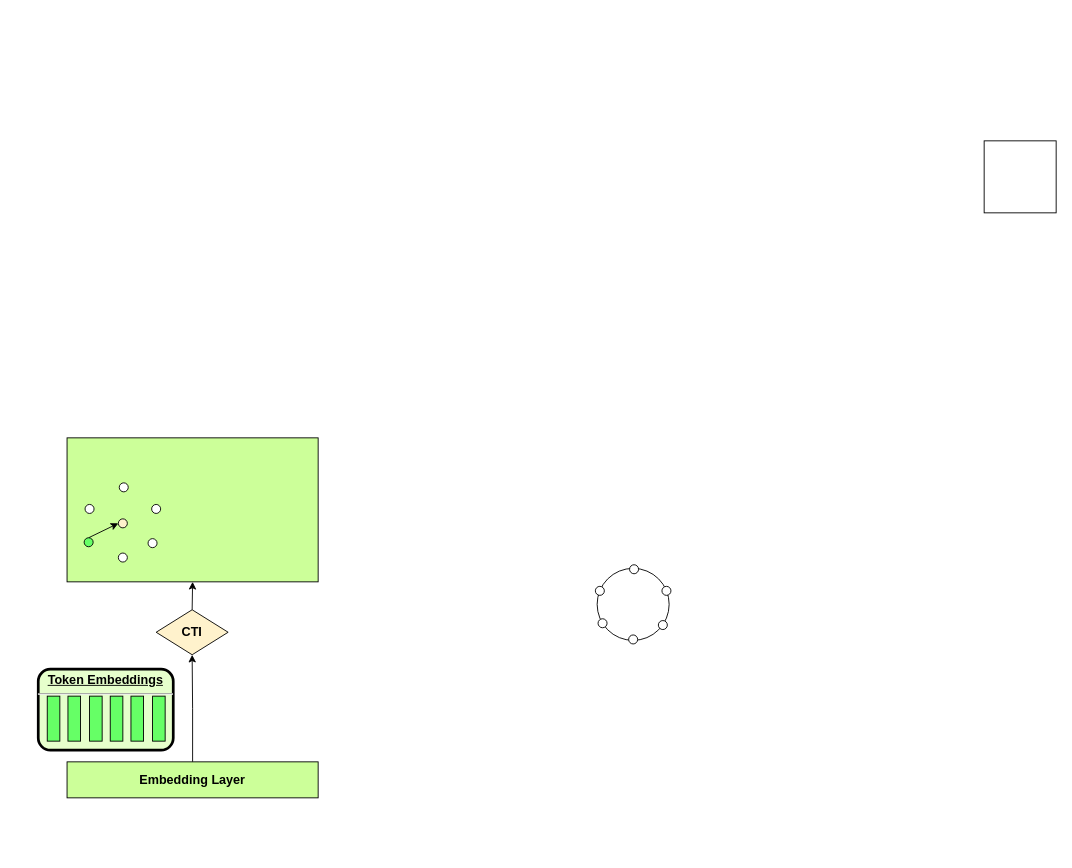
The draw.io diagram diagrams/Federated_SAP_Diagram.drawio in dtera/cnt, before the edit. Source tidied: cells renumbered, new cells numbered last; positions are measured from the earlier drawing's top-left corner, leaving out a move shared by most shapes. Both pictures are drawn from the tidied source at 90%, with x=0, y=0 at pixel (38, 140).
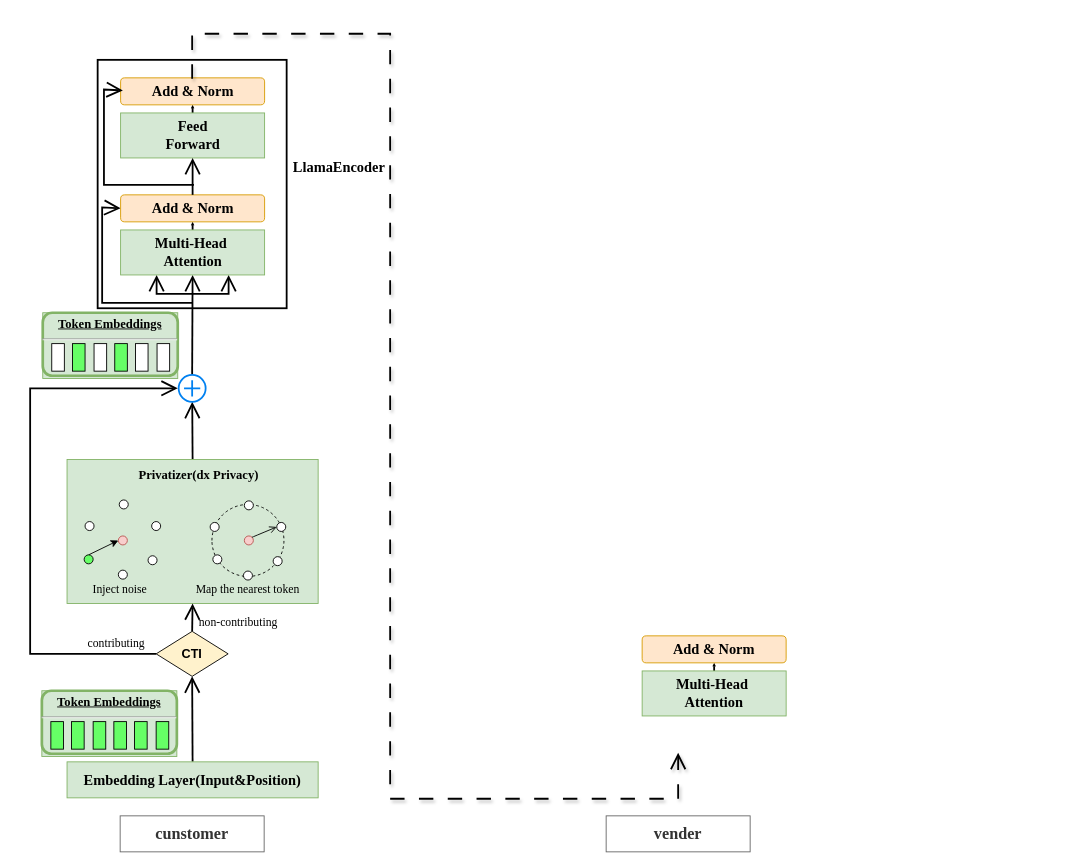
The same page after the edit.

What changed in the source:
```diff
@@
+    <mxCell id="33" style="rounded=0;whiteSpace=wrap;html=1;fontFamily=Architects Daughter;fillColor=none;strokeWidth=2;" parent="1" vertex="1">
+      <mxGeometry x="66" y="-90" width="210" height="276" as="geometry" />
+    </mxCell>
-    <mxCell id="2" style="edgeStyle=orthogonalEdgeStyle;rounded=0;jettySize=auto;html=1;entryX=0.5;entryY=1;entryDx=0;entryDy=0;" parent="1" edge="1" source="3" target="14">
+    <mxCell id="2" style="edgeStyle=none;curved=1;rounded=0;jettySize=auto;html=1;exitX=0.5;exitY=0;exitDx=0;exitDy=0;fontFamily=Architects Daughter;fontSize=16;startSize=14;endArrow=open;endSize=14;sourcePerimeterSpacing=8;targetPerimeterSpacing=8;entryX=0.5;entryY=1;entryDx=0;entryDy=0;strokeWidth=2;" parent="1" edge="1" source="3" target="14">
       <mxGeometry relative="1" as="geometry" />
     </mxCell>
-    <mxCell id="3" value="&lt;b&gt;&lt;font style=&quot;font-size: 14px;&quot;&gt;Embedding Layer&lt;/font&gt;&lt;/b&gt;" style="rounded=0;whiteSpace=wrap;html=1;fillColor=#CCFF99;" parent="1" vertex="1">
+    <mxCell id="3" value="&lt;span style=&quot;font-size: 16px;&quot;&gt;&lt;font style=&quot;font-size: 16px;&quot;&gt;Embedding Layer(Input&amp;amp;Position)&lt;/font&gt;&lt;/span&gt;" style="rounded=0;whiteSpace=wrap;html=1;fillColor=#d5e8d4;strokeColor=#82b366;fontSize=16;fontFamily=Times New Roman;fontStyle=1;" parent="1" vertex="1">
       <mxGeometry x="32" y="690" width="279" height="40" as="geometry" />
     </mxCell>
-    <mxCell id="4" style="group;" parent="1" vertex="1">
-      <mxGeometry y="587" width="150" height="90" as="geometry" />
+    <mxCell id="4" style="group;fillColor=#d5e8d4;strokeColor=#82b366;fontFamily=Times New Roman;fontSize=15;" parent="1" vertex="1">
+      <mxGeometry x="4" y="611" width="150" height="73" as="geometry" />
     </mxCell>
-    <mxCell id="5" value="&lt;p style=&quot;margin: 0px; margin-top: 4px; text-align: center; text-decoration: underline;&quot;&gt;&lt;strong&gt;&lt;font style=&quot;font-size: 14px;&quot;&gt;Token Embeddings&lt;/font&gt;&lt;/strong&gt;&lt;/p&gt;&lt;hr&gt;&lt;p style=&quot;margin: 0px; margin-left: 8px;&quot;&gt;&lt;br&gt;&lt;/p&gt;" style="verticalAlign=middle;align=center;overflow=fill;fontSize=12;fontFamily=Helvetica;html=1;rounded=1;fontStyle=1;strokeWidth=3;fillColor=#E6FFCC;" parent="4" vertex="1">
-      <mxGeometry width="150" height="90" as="geometry" />
+    <mxCell id="5" value="&lt;p style=&quot;margin: 4px 0px 0px; text-align: center; text-decoration: underline; font-size: 14px;&quot;&gt;&lt;strong style=&quot;&quot;&gt;&lt;font face=&quot;Times New Roman&quot; style=&quot;font-size: 14px;&quot;&gt;Token Embeddings&lt;/font&gt;&lt;/strong&gt;&lt;/p&gt;&lt;hr style=&quot;font-size: 14px;&quot;&gt;&lt;p style=&quot;margin: 0px 0px 0px 8px; font-size: 14px;&quot;&gt;&lt;br&gt;&lt;/p&gt;" style="verticalAlign=middle;align=center;overflow=fill;fontSize=12;fontFamily=Helvetica;html=1;rounded=1;fontStyle=1;strokeWidth=3;fillColor=#d5e8d4;strokeColor=#82b366;" parent="4" vertex="1">
+      <mxGeometry width="150" height="70" as="geometry" />
     </mxCell>
     <mxCell id="6" style="group;" parent="4" vertex="1">
-      <mxGeometry x="10" y="30" width="131" height="50" as="geometry" />
+      <mxGeometry x="10" y="24.3" width="131" height="40.6" as="geometry" />
     </mxCell>
     <mxCell id="7" style="rounded=0;whiteSpace=wrap;html=1;fillColor=#66FF66;" parent="6" vertex="1">
-      <mxGeometry width="14" height="50" as="geometry" />
+      <mxGeometry y="10" width="14" height="30.6" as="geometry" />
     </mxCell>
     <mxCell id="8" style="rounded=0;whiteSpace=wrap;html=1;fillColor=#66FF66;" parent="6" vertex="1">
-      <mxGeometry x="23" width="14" height="50" as="geometry" />
+      <mxGeometry x="23" y="10" width="14" height="30.6" as="geometry" />
     </mxCell>
     <mxCell id="9" style="rounded=0;whiteSpace=wrap;html=1;fillColor=#66FF66;" parent="6" vertex="1">
-      <mxGeometry x="47" width="14" height="50" as="geometry" />
+      <mxGeometry x="47" y="10" width="14" height="30.6" as="geometry" />
     </mxCell>
     <mxCell id="10" style="rounded=0;whiteSpace=wrap;html=1;fillColor=#66FF66;" parent="6" vertex="1">
-      <mxGeometry x="70" width="14" height="50" as="geometry" />
+      <mxGeometry x="70" y="10" width="14" height="30.6" as="geometry" />
     </mxCell>
     <mxCell id="11" style="rounded=0;whiteSpace=wrap;html=1;fillColor=#66FF66;" parent="6" vertex="1">
-      <mxGeometry x="93" width="14" height="50" as="geometry" />
+      <mxGeometry x="93" y="10" width="14" height="30.6" as="geometry" />
     </mxCell>
     <mxCell id="12" style="rounded=0;whiteSpace=wrap;html=1;fillColor=#66FF66;" parent="6" vertex="1">
-      <mxGeometry x="117" width="14" height="50" as="geometry" />
+      <mxGeometry x="117" y="10" width="14" height="30.6" as="geometry" />
     </mxCell>
-    <mxCell id="13" style="edgeStyle=orthogonalEdgeStyle;rounded=0;jettySize=auto;html=1;exitX=0.5;exitY=0;exitDx=0;exitDy=0;entryX=0.5;entryY=1;entryDx=0;entryDy=0;" parent="1" edge="1" source="14" target="16">
-      <mxGeometry relative="1" as="geometry" />
-    </mxCell>
     <mxCell id="14" value="&lt;b&gt;&lt;font style=&quot;font-size: 14px;&quot;&gt;CTI&lt;/font&gt;&lt;/b&gt;" style="rhombus;whiteSpace=wrap;html=1;fillColor=#FFF2CC;" parent="1" vertex="1">
-      <mxGeometry x="131" y="521" width="80" height="50" as="geometry" />
+      <mxGeometry x="131" y="545" width="80" height="50" as="geometry" />
     </mxCell>
-    <mxCell id="15" style="whiteSpace=wrap;html=1;" parent="1" vertex="1">
-      <mxGeometry x="1051" width="80" height="80" as="geometry" />
-    </mxCell>
+    <mxCell id="34" style="edgeStyle=none;curved=1;rounded=0;jettySize=auto;html=1;exitX=0.5;exitY=0;exitDx=0;exitDy=0;fontFamily=Architects Daughter;fontSize=16;startSize=14;endArrow=open;endSize=14;sourcePerimeterSpacing=0;targetPerimeterSpacing=0;strokeWidth=2;" parent="1" edge="1" source="16" target="36">
+      <mxGeometry relative="1" as="geometry" />
+    </mxCell>
+    <mxCell id="35" style="edgeStyle=none;curved=1;rounded=0;jettySize=auto;html=1;fontFamily=Architects Daughter;fontSize=16;startSize=14;endArrow=open;endSize=14;sourcePerimeterSpacing=8;targetPerimeterSpacing=8;entryX=0.5;entryY=1;entryDx=0;entryDy=0;exitX=0.5;exitY=0;exitDx=0;exitDy=0;exitPerimeter=0;strokeWidth=2;" parent="1" edge="1" source="36" target="58">
+      <mxGeometry relative="1" as="geometry" />
+    </mxCell>
+    <mxCell id="36" style="html=1;verticalLabelPosition=bottom;align=center;labelBackgroundColor=#ffffff;verticalAlign=top;strokeWidth=2;strokeColor=#0080F0;shadow=0;dashed=0;shape=mxgraph.ios7.icons.add;fontFamily=Architects Daughter;" parent="1" vertex="1">
+      <mxGeometry x="156" y="260" width="30" height="30" as="geometry" />
+    </mxCell>
+    <mxCell id="37" style="group;" parent="1" vertex="1">
+      <mxGeometry x="32" y="354" width="279" height="163" as="geometry" />
+    </mxCell>
-    <mxCell id="16" style="rounded=0;whiteSpace=wrap;html=1;fillColor=#CCFF99;" parent="1" vertex="1">
-      <mxGeometry x="32" y="330" width="279" height="160" as="geometry" />
+    <mxCell id="16" style="rounded=0;whiteSpace=wrap;html=1;fillColor=#d5e8d4;strokeColor=#82b366;" parent="37" vertex="1">
+      <mxGeometry width="279" height="160" as="geometry" />
     </mxCell>
-    <mxCell id="17" style="ellipse;whiteSpace=wrap;html=1;" parent="1" vertex="1">
-      <mxGeometry x="621" y="475" width="80" height="80" as="geometry" />
-    </mxCell>
-    <mxCell id="18" style="ellipse;whiteSpace=wrap;html=1;" parent="1" vertex="1">
-      <mxGeometry x="657" y="471" width="10" height="10" as="geometry" />
-    </mxCell>
-    <mxCell id="19" style="ellipse;whiteSpace=wrap;html=1;" parent="1" vertex="1">
-      <mxGeometry x="656" y="549" width="10" height="10" as="geometry" />
-    </mxCell>
-    <mxCell id="20" style="ellipse;whiteSpace=wrap;html=1;" parent="1" vertex="1">
-      <mxGeometry x="619" y="495" width="10" height="10" as="geometry" />
-    </mxCell>
-    <mxCell id="21" style="ellipse;whiteSpace=wrap;html=1;" parent="1" vertex="1">
-      <mxGeometry x="622" y="531" width="10" height="10" as="geometry" />
-    </mxCell>
-    <mxCell id="22" style="ellipse;whiteSpace=wrap;html=1;" parent="1" vertex="1">
-      <mxGeometry x="689" y="533" width="10" height="10" as="geometry" />
-    </mxCell>
-    <mxCell id="23" style="ellipse;whiteSpace=wrap;html=1;" parent="1" vertex="1">
-      <mxGeometry x="693" y="495" width="10" height="10" as="geometry" />
-    </mxCell>
-    <mxCell id="24" style="group;" parent="1" vertex="1">
-      <mxGeometry x="51" y="380" width="85" height="88" as="geometry" />
+    <mxCell id="24" style="group;" parent="37" vertex="1">
+      <mxGeometry x="19" y="45" width="85" height="118" as="geometry" />
     </mxCell>
@@
-    <mxCell id="32" style="ellipse;whiteSpace=wrap;html=1;fillColor=#FFF2CC;" parent="24" vertex="1">
+    <mxCell id="32" style="ellipse;whiteSpace=wrap;html=1;fillColor=#f8cecc;strokeColor=#b85450;" parent="24" vertex="1">
       <mxGeometry x="38" y="40" width="10" height="10" as="geometry" />
     </mxCell>
+    <mxCell id="38" value="Inject noise" style="text;strokeColor=none;fillColor=none;html=1;align=center;verticalAlign=middle;whiteSpace=wrap;rounded=0;fontSize=13;fontFamily=Times New Roman;" parent="24" vertex="1">
+      <mxGeometry x="-5" y="88" width="90" height="22" as="geometry" />
+    </mxCell>
+    <mxCell id="39" style="group;" parent="37" vertex="1">
+      <mxGeometry x="159" y="46" width="84" height="88" as="geometry" />
+    </mxCell>
+    <mxCell id="17" style="ellipse;whiteSpace=wrap;html=1;dashed=1;flipH=1;flipV=1;fillStyle=auto;fillColor=none;" parent="39" vertex="1">
+      <mxGeometry x="2" y="4" width="80" height="80" as="geometry" />
+    </mxCell>
+    <mxCell id="18" style="ellipse;whiteSpace=wrap;html=1;" parent="39" vertex="1">
+      <mxGeometry x="38" width="10" height="10" as="geometry" />
+    </mxCell>
+    <mxCell id="19" style="ellipse;whiteSpace=wrap;html=1;" parent="39" vertex="1">
+      <mxGeometry x="37" y="78" width="10" height="10" as="geometry" />
+    </mxCell>
+    <mxCell id="20" style="ellipse;whiteSpace=wrap;html=1;" parent="39" vertex="1">
+      <mxGeometry y="24" width="10" height="10" as="geometry" />
+    </mxCell>
+    <mxCell id="21" style="ellipse;whiteSpace=wrap;html=1;" parent="39" vertex="1">
+      <mxGeometry x="3" y="60" width="10" height="10" as="geometry" />
+    </mxCell>
+    <mxCell id="22" style="ellipse;whiteSpace=wrap;html=1;" parent="39" vertex="1">
+      <mxGeometry x="70" y="62" width="10" height="10" as="geometry" />
+    </mxCell>
+    <mxCell id="23" style="ellipse;whiteSpace=wrap;html=1;" parent="39" vertex="1">
+      <mxGeometry x="74" y="24" width="10" height="10" as="geometry" />
+    </mxCell>
+    <mxCell id="40" style="ellipse;whiteSpace=wrap;html=1;fillColor=#f8cecc;strokeColor=#b85450;" parent="39" vertex="1">
+      <mxGeometry x="38" y="39" width="10" height="10" as="geometry" />
+    </mxCell>
+    <mxCell id="41" style="edgeStyle=none;curved=1;rounded=0;jettySize=auto;html=1;exitX=1;exitY=0;exitDx=0;exitDy=0;fontFamily=Architects Daughter;fontSize=16;endArrow=open;sourcePerimeterSpacing=8;targetPerimeterSpacing=8;entryX=0;entryY=0.5;entryDx=0;entryDy=0;" parent="39" edge="1" source="40" target="23">
+      <mxGeometry relative="1" as="geometry" />
+    </mxCell>
+    <mxCell id="42" value="Map the nearest token" style="text;strokeColor=none;fillColor=none;html=1;align=center;verticalAlign=middle;whiteSpace=wrap;rounded=0;fontSize=13;fontFamily=Times New Roman;" parent="37" vertex="1">
+      <mxGeometry x="136" y="134" width="130" height="20" as="geometry" />
+    </mxCell>
+    <mxCell id="43" value="&lt;font style=&quot;font-size: 14px;&quot;&gt;Privatizer(dx Privacy)&lt;/font&gt;" style="text;strokeColor=none;fillColor=none;html=1;align=center;verticalAlign=middle;whiteSpace=wrap;rounded=0;fontSize=14;fontFamily=Times New Roman;fontStyle=1;" parent="37" vertex="1">
+      <mxGeometry x="72.5" y="8" width="146.5" height="20" as="geometry" />
+    </mxCell>
+    <mxCell id="44" style="group;fillColor=#d5e8d4;strokeColor=#82b366;fontFamily=Times New Roman;fontSize=15;" parent="1" vertex="1">
+      <mxGeometry x="5" y="191" width="150" height="73" as="geometry" />
+    </mxCell>
+    <mxCell id="45" value="&lt;p style=&quot;margin: 4px 0px 0px; text-align: center; text-decoration: underline; font-size: 14px;&quot;&gt;&lt;strong style=&quot;&quot;&gt;&lt;font face=&quot;Times New Roman&quot; style=&quot;font-size: 14px;&quot;&gt;Token Embeddings&lt;/font&gt;&lt;/strong&gt;&lt;/p&gt;&lt;hr style=&quot;font-size: 14px;&quot;&gt;&lt;p style=&quot;margin: 0px 0px 0px 8px; font-size: 14px;&quot;&gt;&lt;br&gt;&lt;/p&gt;" style="verticalAlign=middle;align=center;overflow=fill;fontSize=12;fontFamily=Helvetica;html=1;rounded=1;fontStyle=1;strokeWidth=3;fillColor=#d5e8d4;strokeColor=#82b366;" parent="44" vertex="1">
+      <mxGeometry width="150" height="70" as="geometry" />
+    </mxCell>
+    <mxCell id="46" style="group;" parent="44" vertex="1">
+      <mxGeometry x="10" y="24.3" width="131" height="40.6" as="geometry" />
+    </mxCell>
+    <mxCell id="47" style="rounded=0;whiteSpace=wrap;html=1;" parent="46" vertex="1">
+      <mxGeometry y="10" width="14" height="30.6" as="geometry" />
+    </mxCell>
+    <mxCell id="48" style="rounded=0;whiteSpace=wrap;html=1;fillColor=#66FF66;" parent="46" vertex="1">
+      <mxGeometry x="23" y="10" width="14" height="30.6" as="geometry" />
+    </mxCell>
+    <mxCell id="49" style="rounded=0;whiteSpace=wrap;html=1;" parent="46" vertex="1">
+      <mxGeometry x="47" y="10" width="14" height="30.6" as="geometry" />
+    </mxCell>
+    <mxCell id="50" style="rounded=0;whiteSpace=wrap;html=1;fillColor=#66FF66;" parent="46" vertex="1">
+      <mxGeometry x="70" y="10" width="14" height="30.6" as="geometry" />
+    </mxCell>
+    <mxCell id="51" style="rounded=0;whiteSpace=wrap;html=1;" parent="46" vertex="1">
+      <mxGeometry x="93" y="10" width="14" height="30.6" as="geometry" />
+    </mxCell>
+    <mxCell id="52" style="rounded=0;whiteSpace=wrap;html=1;" parent="46" vertex="1">
+      <mxGeometry x="117" y="10" width="14" height="30.6" as="geometry" />
+    </mxCell>
+    <mxCell id="53" style="edgeStyle=orthogonalEdgeStyle;jettySize=auto;html=1;rounded=0;fontFamily=Architects Daughter;fontSize=16;startSize=14;endArrow=open;endSize=14;sourcePerimeterSpacing=8;targetPerimeterSpacing=8;entryX=0.75;entryY=1;entryDx=0;entryDy=0;strokeWidth=2;" parent="1" edge="1" target="58">
+      <mxGeometry relative="1" as="geometry">
+        <mxPoint x="171" y="170" as="sourcePoint" />
+      </mxGeometry>
+    </mxCell>
+    <mxCell id="54" style="edgeStyle=orthogonalEdgeStyle;jettySize=auto;html=1;rounded=0;fontFamily=Architects Daughter;fontSize=16;startSize=14;endArrow=open;endSize=14;sourcePerimeterSpacing=8;targetPerimeterSpacing=8;entryX=0.25;entryY=1;entryDx=0;entryDy=0;strokeWidth=2;" parent="1" edge="1" target="58">
+      <mxGeometry relative="1" as="geometry">
+        <mxPoint x="171" y="170" as="sourcePoint" />
+      </mxGeometry>
+    </mxCell>
+    <mxCell id="55" style="edgeStyle=orthogonalEdgeStyle;jettySize=auto;html=1;rounded=0;fontFamily=Architects Daughter;fontSize=16;startSize=14;endArrow=open;endSize=14;sourcePerimeterSpacing=8;targetPerimeterSpacing=8;entryX=0;entryY=0.5;entryDx=0;entryDy=0;strokeWidth=2;" parent="1" edge="1" target="59">
+      <mxGeometry relative="1" as="geometry">
+        <mxPoint x="171" y="180" as="sourcePoint" />
+        <Array as="points">
+          <mxPoint x="71" y="180" />
+          <mxPoint x="71" y="74" />
+        </Array>
+      </mxGeometry>
+    </mxCell>
+    <mxCell id="56" style="group;" parent="1" vertex="1">
+      <mxGeometry x="91.5" y="60" width="160" height="89" as="geometry" />
+    </mxCell>
+    <mxCell id="57" style="edgeStyle=none;curved=1;rounded=0;jettySize=auto;html=1;exitX=0.5;exitY=0;exitDx=0;exitDy=0;entryX=0.5;entryY=1;entryDx=0;entryDy=0;fontFamily=Architects Daughter;fontSize=16;endArrow=open;sourcePerimeterSpacing=8;targetPerimeterSpacing=0;endSize=0;startSize=8;strokeWidth=2;" parent="56" edge="1" source="58" target="59">
+      <mxGeometry relative="1" as="geometry" />
+    </mxCell>
+    <mxCell id="58" value="Multi-Head&amp;nbsp;&lt;div style=&quot;font-size: 16px;&quot;&gt;Attention&lt;/div&gt;" style="rounded=0;whiteSpace=wrap;html=1;fontFamily=Times New Roman;fillColor=#d5e8d4;strokeColor=#82b366;fontStyle=1;fontSize=16;" parent="56" vertex="1">
+      <mxGeometry y="39" width="160" height="50" as="geometry" />
+    </mxCell>
+    <mxCell id="59" value="Add &amp;amp; Norm" style="rounded=1;whiteSpace=wrap;html=1;fontFamily=Times New Roman;fillColor=#ffe6cc;strokeColor=#d79b00;fontSize=16;fontStyle=1;" parent="56" vertex="1">
+      <mxGeometry width="160" height="30" as="geometry" />
+    </mxCell>
+    <mxCell id="60" style="group;" parent="1" vertex="1">
+      <mxGeometry x="91.5" y="-70" width="160" height="89" as="geometry" />
+    </mxCell>
+    <mxCell id="61" style="edgeStyle=none;curved=1;rounded=0;jettySize=auto;html=1;exitX=0.5;exitY=0;exitDx=0;exitDy=0;entryX=0.5;entryY=1;entryDx=0;entryDy=0;fontFamily=Architects Daughter;fontSize=16;endArrow=open;sourcePerimeterSpacing=8;targetPerimeterSpacing=0;endSize=0;startSize=8;strokeWidth=2;" parent="60" edge="1" source="62" target="63">
+      <mxGeometry relative="1" as="geometry" />
+    </mxCell>
+    <mxCell id="62" value="Feed&lt;div&gt;Forward&lt;/div&gt;" style="rounded=0;whiteSpace=wrap;html=1;fontFamily=Times New Roman;fillColor=#d5e8d4;strokeColor=#82b366;fontStyle=1;fontSize=16;" parent="60" vertex="1">
+      <mxGeometry y="39" width="160" height="50" as="geometry" />
+    </mxCell>
+    <mxCell id="63" value="Add &amp;amp; Norm" style="rounded=1;whiteSpace=wrap;html=1;fontFamily=Times New Roman;fillColor=#ffe6cc;strokeColor=#d79b00;fontSize=16;fontStyle=1;" parent="60" vertex="1">
+      <mxGeometry width="160" height="30" as="geometry" />
+    </mxCell>
+    <mxCell id="64" style="edgeStyle=none;curved=1;rounded=0;jettySize=auto;html=1;exitX=0.5;exitY=0;exitDx=0;exitDy=0;entryX=0.5;entryY=1;entryDx=0;entryDy=0;fontFamily=Architects Daughter;fontSize=16;startSize=14;endArrow=open;endSize=14;sourcePerimeterSpacing=8;targetPerimeterSpacing=8;strokeWidth=2;" parent="1" edge="1" source="59" target="62">
+      <mxGeometry relative="1" as="geometry" />
+    </mxCell>
+    <mxCell id="65" style="edgeStyle=orthogonalEdgeStyle;orthogonalLoop=1;jettySize=auto;html=1;rounded=0;fontFamily=Architects Daughter;fontSize=16;startSize=14;endArrow=open;endSize=14;sourcePerimeterSpacing=8;targetPerimeterSpacing=8;entryX=0;entryY=0.5;entryDx=0;entryDy=0;strokeWidth=2;" parent="1" edge="1">
+      <mxGeometry relative="1" as="geometry">
+        <mxPoint x="173" y="49" as="sourcePoint" />
+        <mxPoint x="94" y="-56" as="targetPoint" />
+        <Array as="points">
+          <mxPoint x="73" y="49" />
+          <mxPoint x="73" y="-57" />
+        </Array>
+      </mxGeometry>
+    </mxCell>
+    <mxCell id="13" style="edgeStyle=none;curved=1;rounded=0;jettySize=auto;html=1;exitX=0.5;exitY=0;exitDx=0;exitDy=0;entryX=0.5;entryY=1;entryDx=0;entryDy=0;fontFamily=Architects Daughter;fontSize=16;startSize=14;endArrow=open;endSize=14;sourcePerimeterSpacing=8;targetPerimeterSpacing=8;strokeWidth=2;" parent="1" edge="1" source="14" target="16">
+      <mxGeometry relative="1" as="geometry" />
+    </mxCell>
+    <mxCell id="66" value="non-contributing" style="text;strokeColor=none;fillColor=none;html=1;align=center;verticalAlign=middle;whiteSpace=wrap;rounded=0;fontSize=13;fontFamily=Times New Roman;fontStyle=0;" parent="1" vertex="1">
+      <mxGeometry x="169" y="525" width="107" height="20" as="geometry" />
+    </mxCell>
+    <mxCell id="67" value="contributing" style="text;strokeColor=none;fillColor=none;html=1;align=center;verticalAlign=middle;whiteSpace=wrap;rounded=0;fontSize=13;fontFamily=Times New Roman;" parent="1" vertex="1">
+      <mxGeometry x="46" y="547.1" width="82" height="21.8" as="geometry" />
+    </mxCell>
+    <mxCell id="68" style="edgeStyle=orthogonalEdgeStyle;rounded=0;jettySize=auto;html=1;exitX=0;exitY=0.5;exitDx=0;exitDy=0;entryX=-0.033;entryY=0.5;entryDx=0;entryDy=0;entryPerimeter=0;fontFamily=Architects Daughter;fontSize=16;startSize=14;endArrow=open;endSize=14;sourcePerimeterSpacing=8;targetPerimeterSpacing=8;strokeWidth=2;" parent="1" edge="1" source="14" target="36">
+      <mxGeometry relative="1" as="geometry">
+        <Array as="points">
+          <mxPoint x="-9" y="570" />
+          <mxPoint x="-9" y="275" />
+        </Array>
+      </mxGeometry>
+    </mxCell>
+    <mxCell id="69" value="cunstomer" style="rounded=0;whiteSpace=wrap;html=1;fontFamily=Times New Roman;fontSize=18;fontStyle=1;fillColor=none;fontColor=#333333;strokeColor=#666666;" parent="1" vertex="1">
+      <mxGeometry x="91" y="750" width="160" height="40" as="geometry" />
+    </mxCell>
+    <mxCell id="70" style="edgeStyle=orthogonalEdgeStyle;orthogonalLoop=1;jettySize=auto;html=1;rounded=0;fontFamily=Architects Daughter;fontSize=16;startSize=14;endArrow=open;endSize=14;sourcePerimeterSpacing=8;targetPerimeterSpacing=8;dashed=1;dashPattern=8 8;strokeWidth=2;flowAnimation=1;shadow=1;jumpStyle=arc;" parent="1" edge="1">
+      <mxGeometry relative="1" as="geometry">
+        <mxPoint x="171" y="-69" as="sourcePoint" />
+        <mxPoint x="711" y="680" as="targetPoint" />
+        <Array as="points">
+          <mxPoint x="171" y="-119" />
+          <mxPoint x="391" y="-119" />
+          <mxPoint x="391" y="731" />
+          <mxPoint x="711" y="731" />
+        </Array>
+      </mxGeometry>
+    </mxCell>
+    <mxCell id="71" value="vender" style="rounded=0;whiteSpace=wrap;html=1;fontFamily=Times New Roman;fontSize=18;fontStyle=1;fillColor=none;fontColor=#333333;strokeColor=#666666;" parent="1" vertex="1">
+      <mxGeometry x="631" y="750" width="160" height="40" as="geometry" />
+    </mxCell>
+    <mxCell id="72" value="LlamaEncoder" style="text;strokeColor=none;fillColor=none;html=1;align=center;verticalAlign=middle;whiteSpace=wrap;rounded=0;fontSize=16;fontFamily=Times New Roman;fontStyle=1;" parent="1" vertex="1">
+      <mxGeometry x="281" y="19" width="107" height="20" as="geometry" />
+    </mxCell>
+    <mxCell id="73" style="group;" parent="1" vertex="1">
+      <mxGeometry x="671" y="550" width="160" height="89" as="geometry" />
+    </mxCell>
+    <mxCell id="74" style="edgeStyle=none;curved=1;rounded=0;jettySize=auto;html=1;exitX=0.5;exitY=0;exitDx=0;exitDy=0;entryX=0.5;entryY=1;entryDx=0;entryDy=0;fontFamily=Architects Daughter;fontSize=16;endArrow=open;sourcePerimeterSpacing=8;targetPerimeterSpacing=0;endSize=0;startSize=8;strokeWidth=2;" parent="73" edge="1" source="75" target="76">
+      <mxGeometry relative="1" as="geometry" />
+    </mxCell>
+    <mxCell id="75" value="Multi-Head&amp;nbsp;&lt;div style=&quot;font-size: 16px;&quot;&gt;Attention&lt;/div&gt;" style="rounded=0;whiteSpace=wrap;html=1;fontFamily=Times New Roman;fillColor=#d5e8d4;strokeColor=#82b366;fontStyle=1;fontSize=16;" parent="73" vertex="1">
+      <mxGeometry y="39" width="160" height="50" as="geometry" />
+    </mxCell>
+    <mxCell id="76" value="Add &amp;amp; Norm" style="rounded=1;whiteSpace=wrap;html=1;fontFamily=Times New Roman;fillColor=#ffe6cc;strokeColor=#d79b00;fontSize=16;fontStyle=1;" parent="73" vertex="1">
+      <mxGeometry width="160" height="30" as="geometry" />
+    </mxCell>
```
